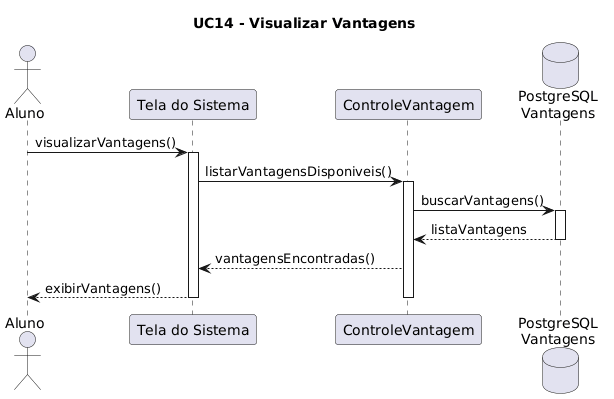
This is docs/diagrams/sequence-diagram/images/uc-14.png from arturbomtempo-dev/lumen-coin, a PlantUML export, as it was before one commit. Its source is kept beside it as docs/diagrams/sequence-diagram/source/uc-14.puml.
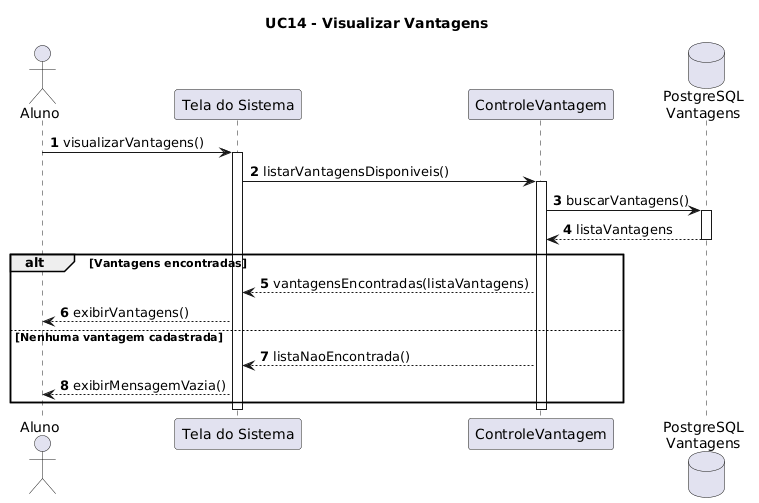
The same diagram one commit later.

The edit, as a diff of the source:
```diff
@@ -1,4 +1,6 @@
 @startuml
+
+autonumber
 
 title UC14 - Visualizar Vantagens
 
@@ -21,9 +23,13 @@
 DBVantagem --> CV : listaVantagens
 deactivate DBVantagem
 
-CV --> Tela : vantagensEncontradas()
-
-Tela --> A : exibirVantagens()
+alt Vantagens encontradas
+    CV --> Tela : vantagensEncontradas(listaVantagens)
+    Tela --> A : exibirVantagens()
+else Nenhuma vantagem cadastrada
+    CV --> Tela : listaNaoEncontrada()
+    Tela --> A : exibirMensagemVazia()
+end
 
 deactivate CV
 deactivate Tela
```
